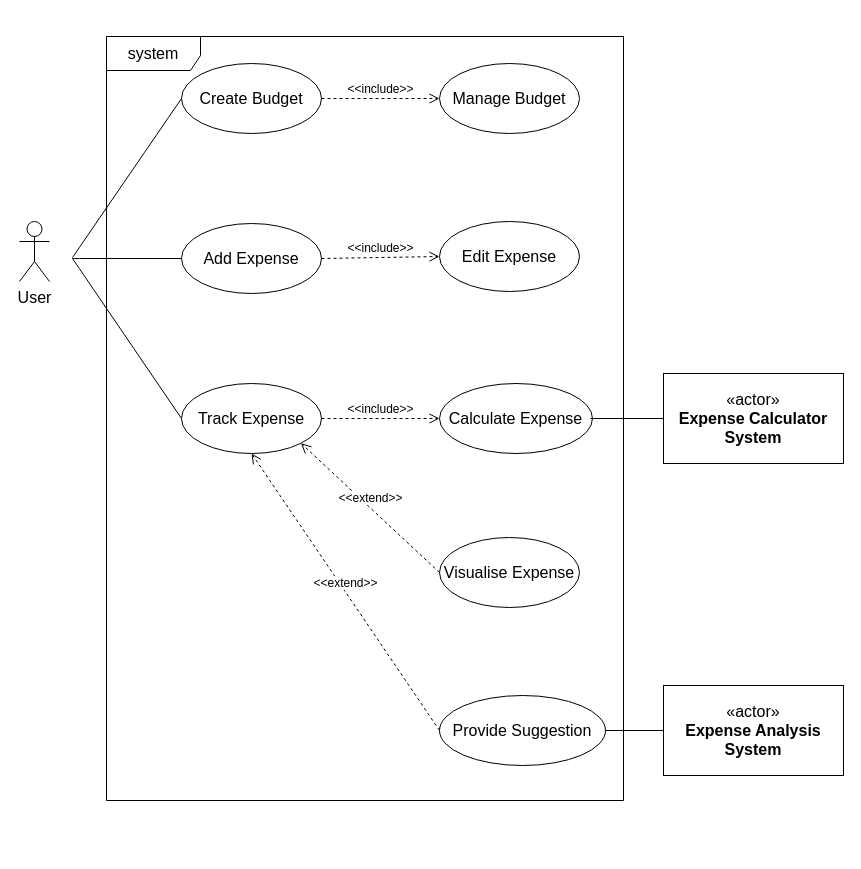
Before: Untitled Diagram.drawio in Re1chi/javatestttttt, a draw.io diagram. Source tidied: cells renumbered, new cells numbered last; positions are measured from the earlier drawing's top-left corner, leaving out a move shared by most shapes. Both pictures are drawn from the tidied source at 100%, with x=0, y=0 at pixel (19, 36).
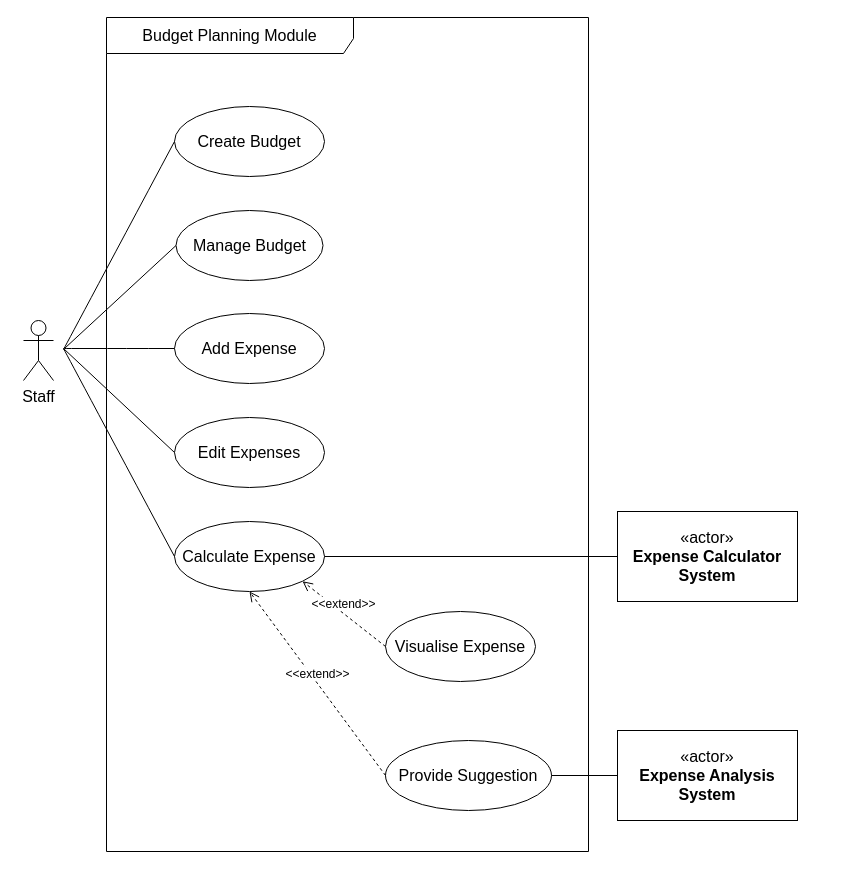
Above is the later version.

The edit, as a diff of the source:
```diff
@@
-    <mxCell id="2" value="User" style="shape=umlActor;verticalLabelPosition=bottom;verticalAlign=top;html=1;fontSize=16;" parent="1" vertex="1">
-      <mxGeometry y="185" width="30" height="60" as="geometry" />
+    <mxCell id="2" value="Staff" style="shape=umlActor;verticalLabelPosition=bottom;verticalAlign=top;html=1;fontSize=16;" parent="1" vertex="1">
+      <mxGeometry x="4" y="284" width="30" height="60" as="geometry" />
     </mxCell>
     <mxCell id="3" value="Create Budget" style="ellipse;whiteSpace=wrap;html=1;fontSize=16;" parent="1" vertex="1">
-      <mxGeometry x="162" y="27" width="140" height="70" as="geometry" />
+      <mxGeometry x="155" y="70" width="150" height="70" as="geometry" />
     </mxCell>
     <mxCell id="4" value="Manage Budget" style="ellipse;whiteSpace=wrap;html=1;fontSize=16;" parent="1" vertex="1">
-      <mxGeometry x="420" y="27" width="140" height="70" as="geometry" />
+      <mxGeometry x="156.5" y="174" width="147" height="70" as="geometry" />
     </mxCell>
     <mxCell id="5" value="Add Expense" style="ellipse;whiteSpace=wrap;html=1;fontSize=16;" parent="1" vertex="1">
-      <mxGeometry x="162" y="187" width="140" height="70" as="geometry" />
+      <mxGeometry x="155" y="277" width="150" height="70" as="geometry" />
     </mxCell>
-    <mxCell id="6" value="Edit Expense" style="ellipse;whiteSpace=wrap;html=1;fontSize=16;" parent="1" vertex="1">
-      <mxGeometry x="420" y="185" width="140" height="70" as="geometry" />
-    </mxCell>
-    <mxCell id="7" value="Track Expense" style="ellipse;whiteSpace=wrap;html=1;fontSize=16;" parent="1" vertex="1">
-      <mxGeometry x="162" y="347" width="140" height="70" as="geometry" />
+    <mxCell id="7" value="Calculate Expense" style="ellipse;whiteSpace=wrap;html=1;fontSize=16;" parent="1" vertex="1">
+      <mxGeometry x="155" y="485" width="150" height="70" as="geometry" />
     </mxCell>
-    <mxCell id="8" value="Calculate Expense" style="ellipse;whiteSpace=wrap;html=1;fontSize=16;" parent="1" vertex="1">
-      <mxGeometry x="420" y="347" width="153" height="70" as="geometry" />
-    </mxCell>
     <mxCell id="9" value="Visualise Expense" style="ellipse;whiteSpace=wrap;html=1;fontSize=16;" parent="1" vertex="1">
-      <mxGeometry x="420" y="501" width="140" height="70" as="geometry" />
+      <mxGeometry x="366" y="575" width="150" height="70" as="geometry" />
     </mxCell>
     <mxCell id="10" value="Provide Suggestion" style="ellipse;whiteSpace=wrap;html=1;fontSize=16;" parent="1" vertex="1">
-      <mxGeometry x="420" y="659" width="166" height="70" as="geometry" />
+      <mxGeometry x="366" y="704" width="166" height="70" as="geometry" />
     </mxCell>
@@
-    <mxCell id="13" value="&amp;lt;&amp;lt;include&amp;gt;&amp;gt;" style="html=1;verticalAlign=bottom;endArrow=open;dashed=1;endSize=8;elbow=vertical;rounded=0;fontSize=12;exitX=1;exitY=0.5;exitDx=0;exitDy=0;entryX=0;entryY=0.5;entryDx=0;entryDy=0;" parent="1" edge="1" source="7" target="8">
-      <mxGeometry relative="1" as="geometry" />
-    </mxCell>
-    <mxCell id="14" value="&amp;lt;&amp;lt;include&amp;gt;&amp;gt;" style="html=1;verticalAlign=bottom;endArrow=open;dashed=1;endSize=8;elbow=vertical;rounded=0;fontSize=12;exitX=1;exitY=0.5;exitDx=0;exitDy=0;entryX=0;entryY=0.5;entryDx=0;entryDy=0;" parent="1" edge="1" source="5" target="6">
-      <mxGeometry relative="1" as="geometry" />
-    </mxCell>
-    <mxCell id="15" value="&amp;lt;&amp;lt;include&amp;gt;&amp;gt;" style="html=1;verticalAlign=bottom;endArrow=open;dashed=1;endSize=8;edgeStyle=elbowEdgeStyle;elbow=vertical;curved=0;rounded=0;fontSize=12;entryX=0;entryY=0.5;entryDx=0;entryDy=0;exitX=1;exitY=0.5;exitDx=0;exitDy=0;" parent="1" edge="1" source="3" target="4">
-      <mxGeometry relative="1" as="geometry" />
-    </mxCell>
     <mxCell id="16" value="«actor»&lt;br&gt;&lt;b&gt;Expense Calculator System&lt;/b&gt;" style="html=1;whiteSpace=wrap;fontSize=16;" parent="1" vertex="1">
-      <mxGeometry x="644" y="337" width="180" height="90" as="geometry" />
+      <mxGeometry x="598" y="475" width="180" height="90" as="geometry" />
     </mxCell>
-    <mxCell id="17" style="line;strokeWidth=1;fillColor=none;align=left;verticalAlign=middle;spacingTop=-1;spacingLeft=3;spacingRight=3;labelPosition=right;strokeColor=inherit;fontSize=16;" parent="1" vertex="1">
-      <mxGeometry x="571" y="361.5" width="73" height="41" as="geometry" />
-    </mxCell>
-    <mxCell id="18" style="line;strokeWidth=1;fillColor=none;align=left;verticalAlign=middle;spacingTop=-1;spacingLeft=3;spacingRight=3;labelPosition=right;strokeColor=inherit;fontSize=16;" parent="1" vertex="1">
-      <mxGeometry x="586" y="652" width="58" height="84" as="geometry" />
-    </mxCell>
     <mxCell id="19" style="endArrow=none;html=1;rounded=0;fontSize=12;startSize=8;endSize=8;curved=1;entryX=0;entryY=0.5;entryDx=0;entryDy=0;" parent="1" edge="1" target="7">
       <mxGeometry relative="1" as="geometry">
-        <mxPoint x="53" y="222" as="sourcePoint" />
+        <mxPoint x="44" y="312" as="sourcePoint" />
       </mxGeometry>
     </mxCell>
     <mxCell id="20" style="endArrow=none;html=1;rounded=0;fontSize=12;startSize=8;endSize=8;curved=1;entryX=0;entryY=0.5;entryDx=0;entryDy=0;" parent="1" edge="1" target="5">
       <mxGeometry relative="1" as="geometry">
-        <mxPoint x="53" y="222" as="sourcePoint" />
+        <mxPoint x="45" y="312" as="sourcePoint" />
       </mxGeometry>
     </mxCell>
     <mxCell id="21" style="endArrow=none;html=1;rounded=0;fontSize=12;startSize=8;endSize=8;curved=1;entryX=0;entryY=0.5;entryDx=0;entryDy=0;" parent="1" edge="1" target="3">
       <mxGeometry relative="1" as="geometry">
-        <mxPoint x="53" y="221" as="sourcePoint" />
+        <mxPoint x="44" y="313" as="sourcePoint" />
       </mxGeometry>
     </mxCell>
-    <mxCell id="22" style="shape=module;jettyWidth=8;jettyHeight=4;fontSize=16;" parent="1" vertex="1">
-      <mxGeometry x="796" y="656" width="20" height="20" as="geometry">
-        <mxPoint x="-27" y="7" as="offset" />
-      </mxGeometry>
-    </mxCell>
     <mxCell id="23" value="«actor»&lt;br&gt;&lt;b&gt;Expense Analysis System&lt;/b&gt;" style="html=1;whiteSpace=wrap;fontSize=16;" parent="1" vertex="1">
-      <mxGeometry x="644" y="649" width="180" height="90" as="geometry" />
+      <mxGeometry x="598" y="694" width="180" height="90" as="geometry" />
     </mxCell>
-    <mxCell id="24" value="system" style="shape=umlFrame;whiteSpace=wrap;html=1;fontSize=16;width=94;height=34;" parent="1" vertex="1">
-      <mxGeometry x="87" width="517" height="764" as="geometry" />
+    <mxCell id="24" value="Budget Planning Module" style="shape=umlFrame;whiteSpace=wrap;html=1;fontSize=16;width=247;height=36;" parent="1" vertex="1">
+      <mxGeometry x="87" y="-19" width="482" height="834" as="geometry" />
     </mxCell>
+    <mxCell id="25" style="endArrow=none;html=1;rounded=0;entryX=0;entryY=0.5;entryDx=0;entryDy=0;" parent="1" edge="1" target="4">
+      <mxGeometry relative="1" as="geometry">
+        <mxPoint x="45" y="312" as="sourcePoint" />
+      </mxGeometry>
+    </mxCell>
+    <mxCell id="26" value="&lt;font style=&quot;font-size: 16px;&quot;&gt;Edit Expenses&lt;/font&gt;" style="ellipse;whiteSpace=wrap;html=1;" parent="1" vertex="1">
+      <mxGeometry x="155" y="381" width="150" height="70" as="geometry" />
+    </mxCell>
+    <mxCell id="27" style="endArrow=none;html=1;rounded=0;exitX=0;exitY=0.5;exitDx=0;exitDy=0;" parent="1" edge="1" source="26">
+      <mxGeometry relative="1" as="geometry">
+        <mxPoint x="44" y="312" as="targetPoint" />
+      </mxGeometry>
+    </mxCell>
+    <mxCell id="28" style="endArrow=none;html=1;rounded=0;exitX=1;exitY=0.5;exitDx=0;exitDy=0;entryX=0;entryY=0.5;entryDx=0;entryDy=0;" parent="1" edge="1" source="10" target="23">
+      <mxGeometry relative="1" as="geometry" />
+    </mxCell>
+    <mxCell id="29" style="endArrow=none;html=1;rounded=0;exitX=1;exitY=0.5;exitDx=0;exitDy=0;entryX=0;entryY=0.5;entryDx=0;entryDy=0;" parent="1" edge="1" source="7" target="16">
+      <mxGeometry relative="1" as="geometry" />
+    </mxCell>
```
